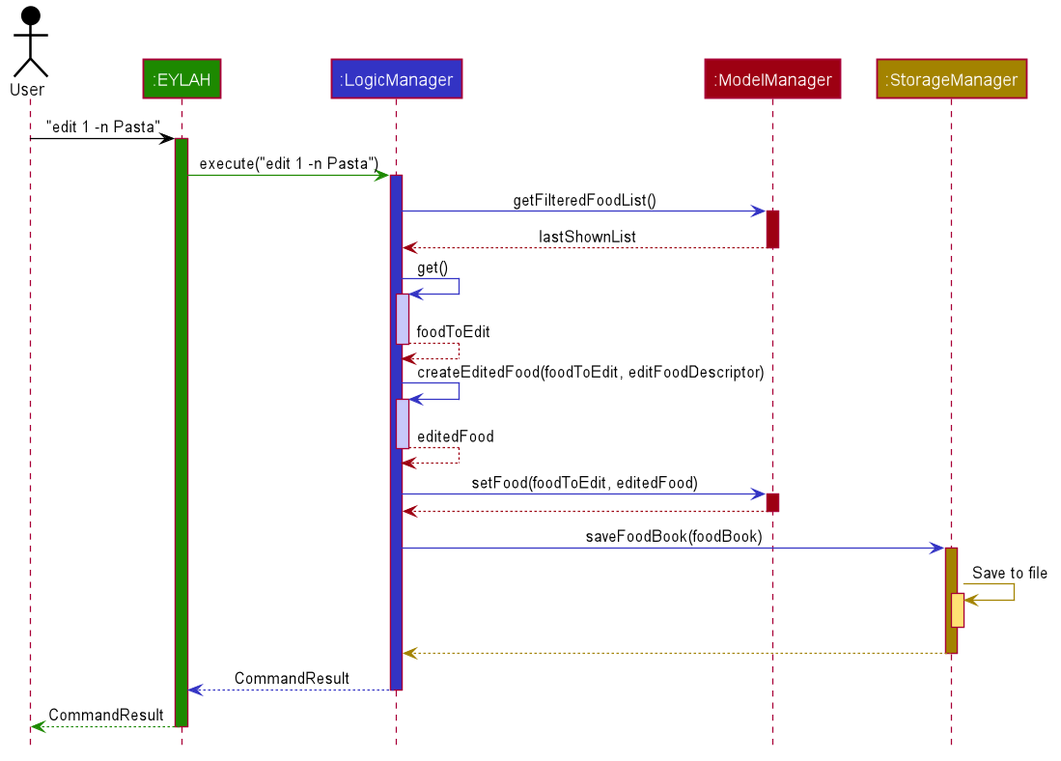
AY1920S2-CS2103T-W13-1/main keeps this PlantUML diagram as images/DietTrackerEditCommandSequenceDiagram.png. Above is the earlier version. Source of this version:
```plantuml
@startuml








skinparam BackgroundColor #FFFFFFF

skinparam Shadowing false

skinparam Class {
    FontColor #FFFFFF
    BorderThickness 1
    BorderColor #FFFFFF
    StereotypeFontColor #FFFFFF
    FontName Arial
}

skinparam Actor {
    BorderColor #000000
    Color #000000
    FontName Arial
}

skinparam Sequence {
    MessageAlign center
    BoxFontSize 15
    BoxPadding 0
    BoxFontColor #FFFFFF
    FontName Arial
}

skinparam Participant {
    FontColor #FFFFFFF
    Padding 20
}

skinparam MinClassWidth 50
skinparam ParticipantPadding 10
skinparam Shadowing false
skinparam DefaultTextAlignment center
skinparam packageStyle Rectangle

hide footbox
hide members
hide circle

Actor User as User #000000
Participant ":EYLAH" as Ui #1D8900
Participant ":LogicManager" as Logic #3333C4
Participant ":ModelManager" as Model #9D0012
Participant ":StorageManager" as Storage #A38300

User -[#000000]> Ui : "edit 1 -n Pasta"
activate Ui #1D8900

Ui -[#1D8900]> Logic : execute("edit 1 -n Pasta")
activate Logic #3333C4

Logic -[#3333C4]> Model : getFilteredFoodList()
activate Model #9D0012

Model -[#9D0012]-> Logic : lastShownList
deactivate Model

Logic -[#3333C4]> Logic : get()
activate Logic #C8C8FA

Logic -[#9D0012]-> Logic : foodToEdit
deactivate Logic

Logic -[#3333C4]> Logic : createEditedFood(foodToEdit, editFoodDescriptor)
activate Logic #C8C8FA

Logic -[#9D0012]-> Logic : editedFood
deactivate Logic

Logic -[#3333C4]> Model : setFood(foodToEdit, editedFood)
activate Model #9D0012

Model -[#9D0012]-> Logic :
deactivate Model

Logic -[#3333C4]> Storage : saveFoodBook(foodBook)
activate Storage #A38300

Storage -[#A38300]> Storage : Save to file
activate Storage #FFE374
deactivate Storage

Storage --[#A38300]> Logic
deactivate Storage

Logic --[#3333C4]> Ui : CommandResult
deactivate Logic

Ui--[#1D8900]> User : CommandResult
deactivate Ui
@enduml
```
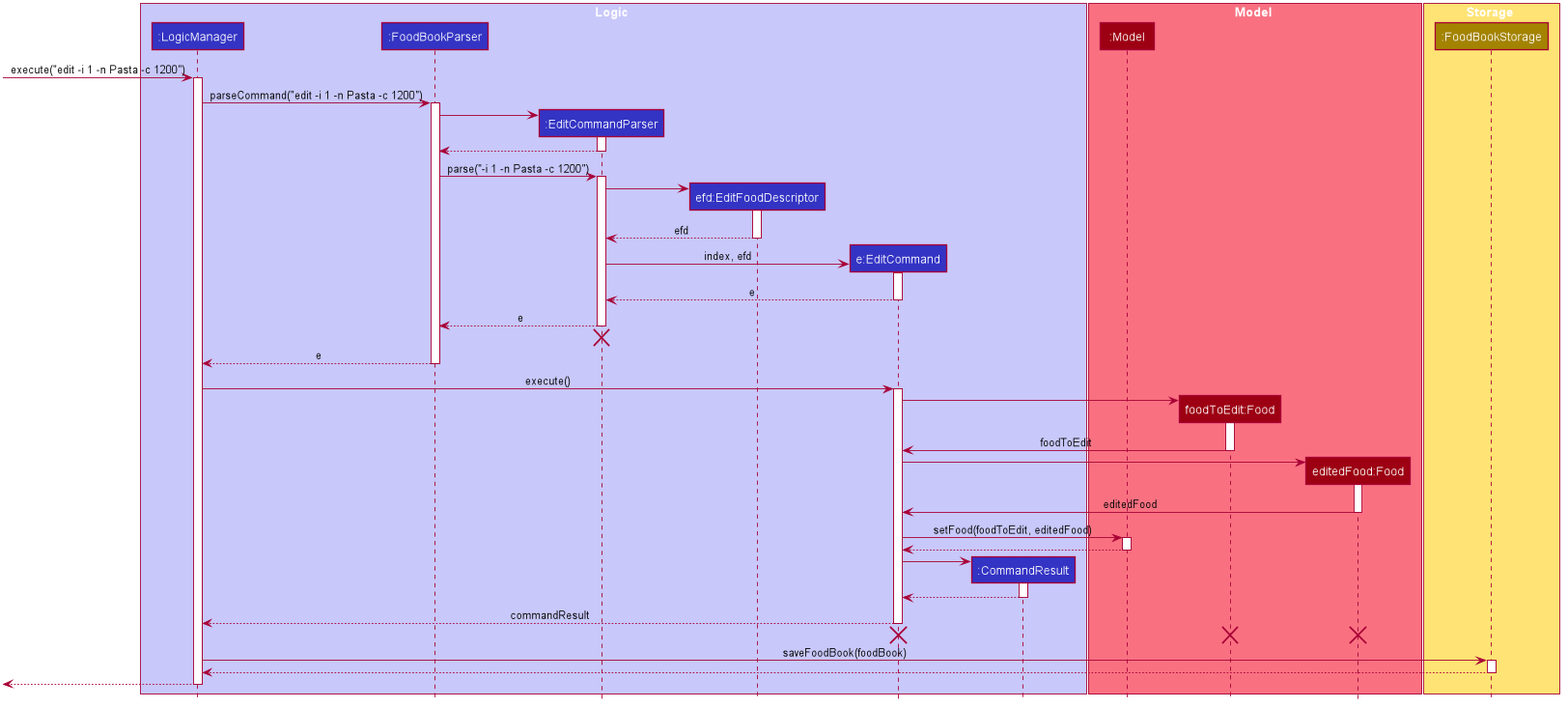
Later version of the same file.

What changed in the source:
```diff
@@ -1,4 +1,5 @@
 @startuml
+
 
 
 
@@ -48,55 +49,107 @@
 hide members
 hide circle
 
-Actor User as User #000000
-Participant ":EYLAH" as Ui #1D8900
-Participant ":LogicManager" as Logic #3333C4
-Participant ":ModelManager" as Model #9D0012
-Participant ":StorageManager" as Storage #A38300
+box Logic #C8C8FA
+participant ":LogicManager" as LogicManager #3333C4
+participant ":FoodBookParser" as FoodBookParser #3333C4
+participant ":EditCommandParser" as EditCommandParser #3333C4
+participant "efd:EditFoodDescriptor" as EditFoodDescriptor #3333C4
+participant "e:EditCommand" as EditCommand #3333C4
+participant ":CommandResult" as CommandResult #3333C4
+end box
 
-User -[#000000]> Ui : "edit 1 -n Pasta"
-activate Ui #1D8900
+box Model #F97181
+participant ":Model" as Model #9D0012
+participant "foodToEdit:Food" as FoodToEdit #9D0012
+participant "editedFood:Food" as EditedFood #9D0012
+end box
 
-Ui -[#1D8900]> Logic : execute("edit 1 -n Pasta")
-activate Logic #3333C4
+box Storage #FFE374
+participant ":FoodBookStorage" as FoodBookStorage #A38300
+end box
 
-Logic -[#3333C4]> Model : getFilteredFoodList()
-activate Model #9D0012
+[-> LogicManager : execute("edit -i 1 -n Pasta -c 1200")
+activate LogicManager
 
-Model -[#9D0012]-> Logic : lastShownList
+LogicManager -> FoodBookParser : parseCommand("edit -i 1 -n Pasta -c 1200")
+activate FoodBookParser
+
+create EditCommandParser
+FoodBookParser -> EditCommandParser
+activate EditCommandParser
+
+EditCommandParser --> FoodBookParser
+deactivate EditCommandParser
+
+FoodBookParser -> EditCommandParser : parse("-i 1 -n Pasta -c 1200")
+activate EditCommandParser
+
+create EditFoodDescriptor
+EditCommandParser -> EditFoodDescriptor
+activate EditFoodDescriptor
+
+EditFoodDescriptor --> EditCommandParser : efd
+deactivate EditFoodDescriptor
+
+create EditCommand
+EditCommandParser -> EditCommand : index, efd
+activate EditCommand
+
+EditCommand --> EditCommandParser : e
+deactivate EditCommand
+
+EditCommandParser --> FoodBookParser : e
+deactivate EditCommandParser
+EditCommandParser -[hidden]-> FoodBookParser
+destroy EditCommandParser
+
+FoodBookParser --> LogicManager : e
+deactivate FoodBookParser
+
+LogicManager -> EditCommand : execute()
+activate EditCommand
+
+create FoodToEdit
+EditCommand -> FoodToEdit
+activate FoodToEdit
+
+FoodToEdit -> EditCommand : foodToEdit
+deactivate FoodToEdit
+
+create EditedFood
+EditCommand -> EditedFood
+activate EditedFood
+
+EditedFood -> EditCommand : editedFood
+deactivate EditedFood
+
+EditCommand -> Model : setFood(foodToEdit, editedFood)
+activate Model
+
+Model --> EditCommand
 deactivate Model
 
-Logic -[#3333C4]> Logic : get()
-activate Logic #C8C8FA
+create CommandResult
+EditCommand -> CommandResult
+activate CommandResult
 
-Logic -[#9D0012]-> Logic : foodToEdit
-deactivate Logic
+CommandResult --> EditCommand
+deactivate CommandResult
 
-Logic -[#3333C4]> Logic : createEditedFood(foodToEdit, editFoodDescriptor)
-activate Logic #C8C8FA
+EditCommand --> LogicManager : commandResult
+deactivate EditCommand
 
-Logic -[#9D0012]-> Logic : editedFood
-deactivate Logic
+EditCommand -[hidden]-> LogicManager
+destroy EditCommand
+destroy FoodToEdit
+destroy EditedFood
 
-Logic -[#3333C4]> Model : setFood(foodToEdit, editedFood)
-activate Model #9D0012
+LogicManager -> FoodBookStorage : saveFoodBook(foodBook)
+activate FoodBookStorage
 
-Model -[#9D0012]-> Logic :
-deactivate Model
+FoodBookStorage --> LogicManager
+deactivate FoodBookStorage
 
-Logic -[#3333C4]> Storage : saveFoodBook(foodBook)
-activate Storage #A38300
-
-Storage -[#A38300]> Storage : Save to file
-activate Storage #FFE374
-deactivate Storage
-
-Storage --[#A38300]> Logic
-deactivate Storage
-
-Logic --[#3333C4]> Ui : CommandResult
-deactivate Logic
-
-Ui--[#1D8900]> User : CommandResult
-deactivate Ui
+[<--LogicManager
+deactivate LogicManager
 @enduml
```
